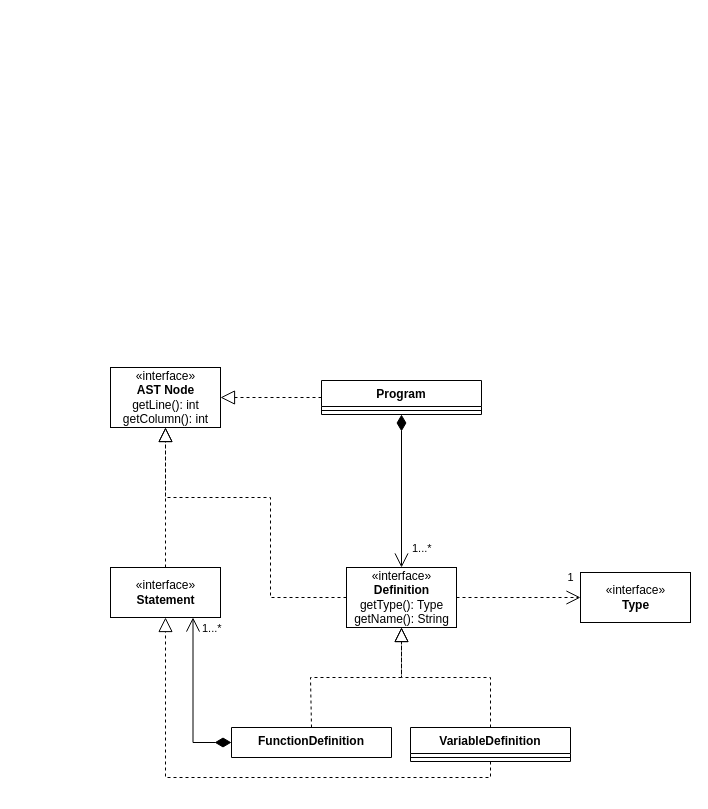
The draw.io diagram page "Definition" (1 of 4) of uml-diagrams/dlp-uml-v3.drawio in jbritosm/dlp-lab, before the edit. Source tidied: cells renumbered, new cells numbered last; positions are measured from the earlier drawing's top-left corner, leaving out a move shared by most shapes. Both pictures are drawn from the tidied source at 100%, with x=0, y=0 at pixel (110, 367).
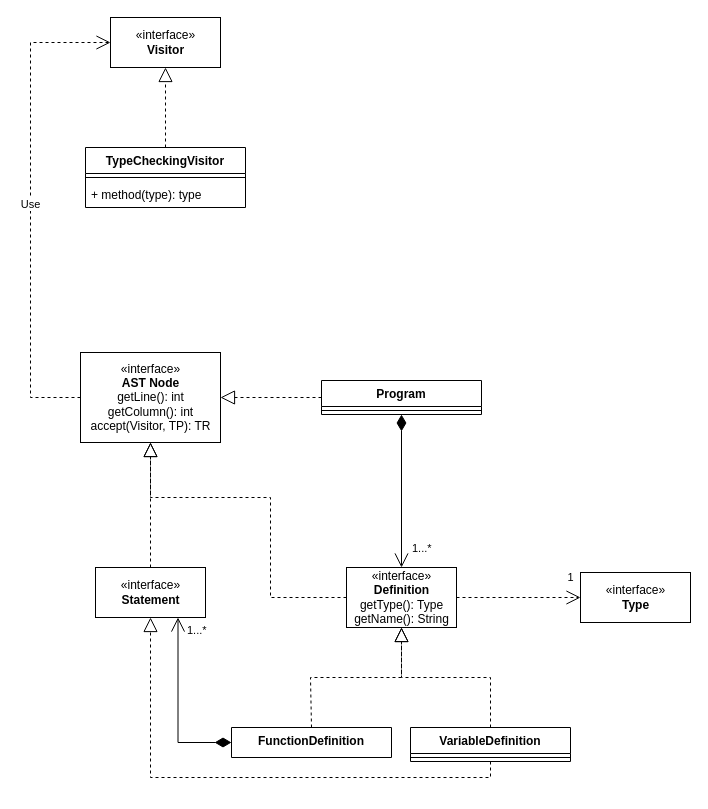
Above is the later version.

Unchanged cells that the change refers to:
```xml
<mxCell id="2" value="«interface»&lt;br&gt;&lt;b&gt;Definition&lt;/b&gt;&lt;br&gt;getType(): Type&lt;br&gt;getName(): String" style="html=1;" parent="1" vertex="1">
  <mxGeometry x="236" y="200" width="110" height="60" as="geometry" />
</mxCell>
<mxCell id="4" value="VariableDefinition" style="swimlane;fontStyle=1;align=center;verticalAlign=top;horizontal=1;startSize=26;" parent="1" vertex="1">
  <mxGeometry x="300" y="360" width="160" height="34" as="geometry" />
</mxCell>
```

Diff of the diagram source:
```diff
@@
     <mxCell id="10" value="«interface»&lt;br&gt;&lt;b&gt;Statement&lt;/b&gt;" style="html=1;" parent="1" vertex="1">
-      <mxGeometry y="200" width="110" height="50" as="geometry" />
+      <mxGeometry x="-15" y="200" width="110" height="50" as="geometry" />
     </mxCell>
     <mxCell id="11" style="endArrow=block;dashed=1;endFill=0;endSize=12;html=1;rounded=0;strokeColor=default;entryX=0.5;entryY=1;entryDx=0;entryDy=0;exitX=0.5;exitY=1;exitDx=0;exitDy=0;" parent="1" edge="1" source="4" target="10">
       <mxGeometry relative="1" as="geometry">
         <Array as="points">
           <mxPoint x="380" y="410" />
-          <mxPoint x="55" y="410" />
+          <mxPoint x="40" y="410" />
         </Array>
       </mxGeometry>
     </mxCell>
-    <mxCell id="12" value="«interface»&lt;br&gt;&lt;b&gt;AST Node&lt;/b&gt;&lt;br&gt;getLine(): int&lt;br&gt;getColumn(): int" style="html=1;" parent="1" vertex="1">
-      <mxGeometry width="110" height="60" as="geometry" />
+    <mxCell id="12" value="«interface»&lt;br&gt;&lt;b&gt;AST Node&lt;/b&gt;&lt;br&gt;getLine(): int&lt;br&gt;getColumn(): int&lt;br&gt;accept(Visitor, TP): TR" style="html=1;" parent="1" vertex="1">
+      <mxGeometry x="-30" y="-15" width="140" height="90" as="geometry" />
     </mxCell>
@@
     <mxCell id="16" style="endArrow=block;dashed=1;endFill=0;endSize=12;html=1;rounded=0;entryX=0.5;entryY=1;entryDx=0;entryDy=0;exitX=0;exitY=0.5;exitDx=0;exitDy=0;" parent="1" edge="1" source="2" target="12">
       <mxGeometry relative="1" as="geometry">
         <Array as="points">
           <mxPoint x="160" y="230" />
           <mxPoint x="160" y="130" />
-          <mxPoint x="55" y="130" />
+          <mxPoint x="40" y="130" />
         </Array>
       </mxGeometry>
     </mxCell>
@@
+    <mxCell id="20" value="«interface»&lt;br&gt;&lt;b&gt;Visitor&lt;/b&gt;" style="html=1;" parent="1" vertex="1">
+      <mxGeometry y="-350" width="110" height="50" as="geometry" />
+    </mxCell>
+    <mxCell id="21" value="TypeCheckingVisitor" style="swimlane;fontStyle=1;align=center;verticalAlign=top;horizontal=1;startSize=26;" parent="1" vertex="1">
+      <mxGeometry x="-25" y="-220" width="160" height="60" as="geometry" />
+    </mxCell>
+    <mxCell id="22" style="line;strokeWidth=1;fillColor=none;align=left;verticalAlign=middle;spacingTop=-1;spacingLeft=3;spacingRight=3;labelPosition=right;strokeColor=inherit;" parent="21" vertex="1">
+      <mxGeometry y="26" width="160" height="8" as="geometry" />
+    </mxCell>
+    <mxCell id="23" value="+ method(type): type" style="text;strokeColor=none;fillColor=none;align=left;verticalAlign=top;spacingLeft=4;spacingRight=4;overflow=hidden;" parent="21" vertex="1">
+      <mxGeometry y="34" width="160" height="26" as="geometry" />
+    </mxCell>
+    <mxCell id="24" style="endArrow=block;dashed=1;endFill=0;endSize=12;html=1;rounded=0;entryX=0.5;entryY=1;entryDx=0;entryDy=0;exitX=0.5;exitY=0;exitDx=0;exitDy=0;" parent="1" edge="1" source="21" target="20">
+      <mxGeometry relative="1" as="geometry" />
+    </mxCell>
+    <mxCell id="25" value="Use" style="endArrow=open;endSize=12;dashed=1;html=1;rounded=0;entryX=0;entryY=0.5;entryDx=0;entryDy=0;exitX=0;exitY=0.5;exitDx=0;exitDy=0;" parent="1" edge="1" source="12" target="20">
+      <mxGeometry relative="1" as="geometry">
+        <Array as="points">
+          <mxPoint x="-80" y="30" />
+          <mxPoint x="-80" y="-325" />
+        </Array>
+      </mxGeometry>
+    </mxCell>
```
